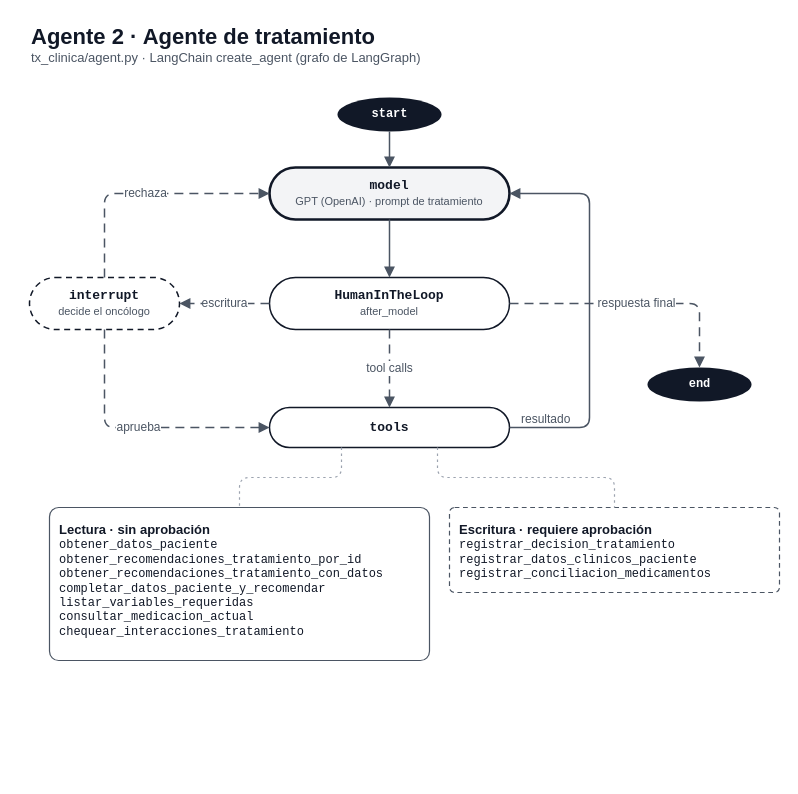
This is docs/diagramas/agente_2_tratamiento.drawio from Paulina0209/Proyecto_4, a draw.io file, before an edit. Source tidied: cells renumbered, new cells numbered last; positions are measured from the earlier drawing's top-left corner, leaving out a move shared by most shapes. Both pictures are drawn from the tidied source at 100%, with x=0, y=0 at pixel (29, 17).
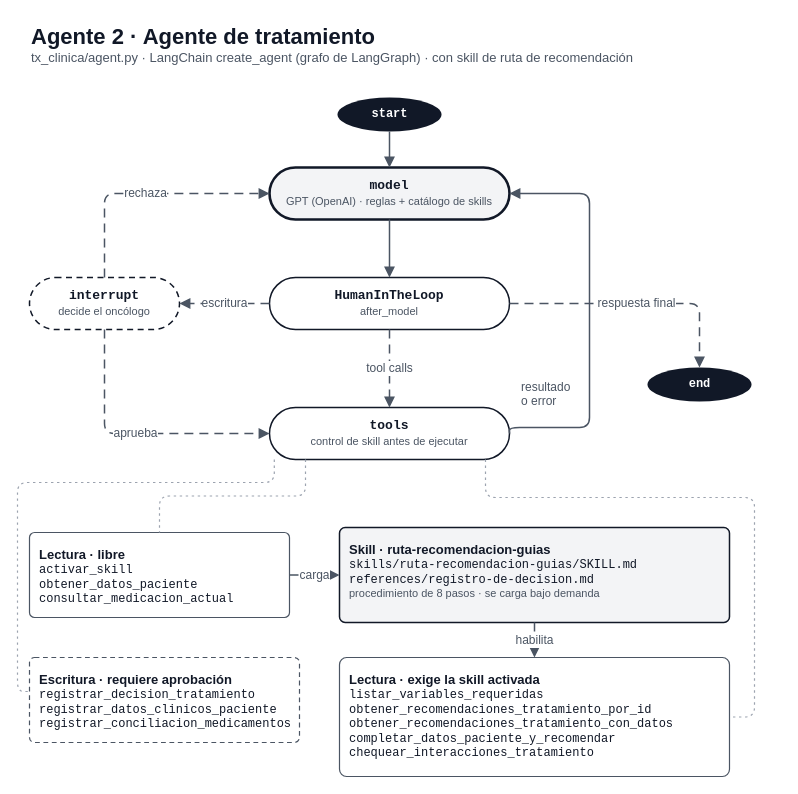
The same page after the edit.

Commit message (it also covers changes not shown here):
Diagrama del agente de tratamiento con la skill de ruta de recomendación

Agrega la skill ruta-recomendacion-guias, activar_skill y el control que exige
la skill antes de las tools de recomendación e interacciones.

Diff of the diagram source:
```diff
@@
-    <mxCell id="2" value="&lt;b style=&quot;font-size:22px&quot;&gt;Agente 2 · Agente de tratamiento&lt;/b&gt;&lt;br&gt;&lt;font style=&quot;font-size:13px&quot; color=&quot;#4B5563&quot;&gt;tx_clinica/agent.py · LangChain create_agent (grafo de LangGraph)&lt;/font&gt;" style="text;html=1;strokeColor=none;fillColor=none;align=left;verticalAlign=top;fontColor=#111827;" parent="1" vertex="1">
+    <mxCell id="2" value="&lt;b style=&quot;font-size:22px&quot;&gt;Agente 2 · Agente de tratamiento&lt;/b&gt;&lt;br&gt;&lt;font style=&quot;font-size:13px&quot; color=&quot;#4B5563&quot;&gt;tx_clinica/agent.py · LangChain create_agent (grafo de LangGraph) · con skill de ruta de recomendación&lt;/font&gt;" style="text;html=1;strokeColor=none;fillColor=none;align=left;verticalAlign=top;fontColor=#111827;" parent="1" vertex="1">
       <mxGeometry width="700" height="56" as="geometry" />
     </mxCell>
@@
-    <mxCell id="4" value="&lt;b&gt;model&lt;/b&gt;&lt;br&gt;&lt;font style=&quot;font-size:11px&quot; face=&quot;Helvetica&quot; color=&quot;#4B5563&quot;&gt;GPT (OpenAI) · prompt de tratamiento&lt;/font&gt;" style="rounded=1;arcSize=50;html=1;whiteSpace=wrap;fillColor=#F3F4F6;strokeColor=#111827;strokeWidth=2.6;fontSize=13;fontColor=#111827;fontFamily=Courier New;" parent="1" vertex="1">
+    <mxCell id="4" value="&lt;b&gt;model&lt;/b&gt;&lt;br&gt;&lt;font style=&quot;font-size:11px&quot; face=&quot;Helvetica&quot; color=&quot;#4B5563&quot;&gt;GPT (OpenAI) · reglas + catálogo de skills&lt;/font&gt;" style="rounded=1;arcSize=50;html=1;whiteSpace=wrap;fillColor=#F3F4F6;strokeColor=#111827;strokeWidth=2.6;fontSize=13;fontColor=#111827;fontFamily=Courier New;" parent="1" vertex="1">
       <mxGeometry x="240" y="150" width="240" height="52" as="geometry" />
     </mxCell>
@@
-    <mxCell id="8" value="&lt;b&gt;tools&lt;/b&gt;" style="rounded=1;arcSize=50;html=1;whiteSpace=wrap;fillColor=#FFFFFF;strokeColor=#111827;strokeWidth=1.5;fontSize=13;fontColor=#111827;fontFamily=Courier New;" parent="1" vertex="1">
-      <mxGeometry x="240" y="390" width="240" height="40" as="geometry" />
+    <mxCell id="8" value="&lt;b&gt;tools&lt;/b&gt;&lt;br&gt;&lt;font style=&quot;font-size:11px&quot; face=&quot;Helvetica&quot; color=&quot;#4B5563&quot;&gt;control de skill antes de ejecutar&lt;/font&gt;" style="rounded=1;arcSize=50;html=1;whiteSpace=wrap;fillColor=#FFFFFF;strokeColor=#111827;strokeWidth=1.5;fontSize=13;fontColor=#111827;fontFamily=Courier New;" parent="1" vertex="1">
+      <mxGeometry x="240" y="390" width="240" height="52" as="geometry" />
     </mxCell>
@@
-    <mxCell id="17" value="&lt;font color=&quot;#4B5563&quot;&gt;resultado&lt;/font&gt;" style="text;html=1;strokeColor=none;fillColor=none;align=left;fontSize=12;" parent="1" vertex="1">
-      <mxGeometry x="490" y="388" width="70" height="20" as="geometry" />
+    <mxCell id="17" value="&lt;font color=&quot;#4B5563&quot;&gt;resultado&lt;br&gt;o error&lt;/font&gt;" style="text;html=1;strokeColor=none;fillColor=none;align=left;fontSize=12;" parent="1" vertex="1">
+      <mxGeometry x="490" y="356" width="70" height="34" as="geometry" />
     </mxCell>
-    <mxCell id="18" value="&lt;b style=&quot;font-family:Helvetica;font-size:13px&quot;&gt;Lectura · sin aprobación&lt;/b&gt;&lt;br&gt;obtener_datos_paciente&lt;br&gt;obtener_recomendaciones_tratamiento_por_id&lt;br&gt;obtener_recomendaciones_tratamiento_con_datos&lt;br&gt;completar_datos_paciente_y_recomendar&lt;br&gt;listar_variables_requeridas&lt;br&gt;consultar_medicacion_actual&lt;br&gt;chequear_interacciones_tratamiento" style="rounded=1;arcSize=6;html=1;whiteSpace=wrap;fillColor=#FFFFFF;strokeColor=#4B5563;strokeWidth=1.2;align=left;verticalAlign=top;spacing=10;fontColor=#111827;fontSize=12;fontFamily=Courier New;" parent="1" vertex="1">
-      <mxGeometry x="20" y="490" width="380" height="153" as="geometry" />
-    </mxCell>
+    <mxCell id="22" value="&lt;b style=&quot;font-family:Helvetica;font-size:13px&quot;&gt;Lectura · libre&lt;/b&gt;&lt;br&gt;activar_skill&lt;br&gt;obtener_datos_paciente&lt;br&gt;consultar_medicacion_actual" style="rounded=1;arcSize=6;html=1;whiteSpace=wrap;fillColor=#FFFFFF;strokeColor=#4B5563;strokeWidth=1.2;align=left;verticalAlign=top;spacing=10;fontColor=#111827;fontSize=12;fontFamily=Courier New;" parent="1" vertex="1">
+      <mxGeometry y="515" width="260" height="85" as="geometry" />
+    </mxCell>
+    <mxCell id="23" value="&lt;b style=&quot;font-family:Helvetica;font-size:13px&quot;&gt;Lectura · exige la skill activada&lt;/b&gt;&lt;br&gt;listar_variables_requeridas&lt;br&gt;obtener_recomendaciones_tratamiento_por_id&lt;br&gt;obtener_recomendaciones_tratamiento_con_datos&lt;br&gt;completar_datos_paciente_y_recomendar&lt;br&gt;chequear_interacciones_tratamiento" style="rounded=1;arcSize=6;html=1;whiteSpace=wrap;fillColor=#FFFFFF;strokeColor=#4B5563;strokeWidth=1.2;align=left;verticalAlign=top;spacing=10;fontColor=#111827;fontSize=12;fontFamily=Courier New;" parent="1" vertex="1">
+      <mxGeometry x="310" y="640" width="390" height="119" as="geometry" />
+    </mxCell>
     <mxCell id="19" value="&lt;b style=&quot;font-family:Helvetica;font-size:13px&quot;&gt;Escritura · requiere aprobación&lt;/b&gt;&lt;br&gt;registrar_decision_tratamiento&lt;br&gt;registrar_datos_clinicos_paciente&lt;br&gt;registrar_conciliacion_medicamentos" style="rounded=1;arcSize=6;html=1;whiteSpace=wrap;fillColor=#FFFFFF;strokeColor=#4B5563;strokeWidth=1.2;align=left;verticalAlign=top;spacing=10;fontColor=#111827;fontSize=12;fontFamily=Courier New;dashed=1;dashPattern=4 3;" parent="1" vertex="1">
-      <mxGeometry x="420" y="490" width="330" height="85" as="geometry" />
+      <mxGeometry y="640" width="270" height="85" as="geometry" />
     </mxCell>
-    <mxCell id="20" style="edgeStyle=orthogonalEdgeStyle;rounded=1;html=1;strokeColor=#9CA3AF;strokeWidth=1.2;endArrow=none;dashed=1;dashPattern=2 3;exitX=0.3;exitY=1;entryX=0.5;entryY=0;" parent="1" edge="1" source="8" target="18">
-      <mxGeometry relative="1" as="geometry" />
-    </mxCell>
+    <mxCell id="24" value="&lt;b style=&quot;font-family:Helvetica;font-size:13px&quot;&gt;Skill · ruta-recomendacion-guias&lt;/b&gt;&lt;br&gt;skills/ruta-recomendacion-guias/SKILL.md&lt;br&gt;references/registro-de-decision.md&lt;br&gt;&lt;font face=&quot;Helvetica&quot; style=&quot;font-size:11px&quot; color=&quot;#4B5563&quot;&gt;procedimiento de 8 pasos · se carga bajo demanda&lt;/font&gt;" style="rounded=1;arcSize=6;html=1;whiteSpace=wrap;fillColor=#F3F4F6;strokeColor=#111827;strokeWidth=1.5;align=left;verticalAlign=top;spacing=10;fontColor=#111827;fontSize=12;fontFamily=Courier New;" parent="1" vertex="1">
+      <mxGeometry x="310" y="510" width="390" height="95" as="geometry" />
+    </mxCell>
+    <mxCell id="25" style="edgeStyle=orthogonalEdgeStyle;rounded=1;html=1;strokeColor=#9CA3AF;strokeWidth=1.2;endArrow=none;dashed=1;dashPattern=2 3;exitX=0.15;exitY=1;entryX=0.5;entryY=0;" parent="1" edge="1" source="8" target="22">
+      <mxGeometry relative="1" as="geometry" />
+    </mxCell>
+    <mxCell id="26" style="edgeStyle=orthogonalEdgeStyle;rounded=1;html=1;strokeColor=#9CA3AF;strokeWidth=1.2;endArrow=none;dashed=1;dashPattern=2 3;exitX=0.9;exitY=1;entryX=1;entryY=0.5;" parent="1" edge="1" source="8" target="23">
+      <mxGeometry relative="1" as="geometry">
+        <Array as="points">
+          <mxPoint x="456" y="480" />
+          <mxPoint x="725" y="480" />
+          <mxPoint x="725" y="699" />
+        </Array>
+      </mxGeometry>
+    </mxCell>
-    <mxCell id="21" style="edgeStyle=orthogonalEdgeStyle;rounded=1;html=1;strokeColor=#9CA3AF;strokeWidth=1.2;endArrow=none;dashed=1;dashPattern=2 3;exitX=0.7;exitY=1;entryX=0.5;entryY=0;" parent="1" edge="1" source="8" target="19">
-      <mxGeometry relative="1" as="geometry" />
+    <mxCell id="21" style="edgeStyle=orthogonalEdgeStyle;rounded=1;html=1;strokeColor=#9CA3AF;strokeWidth=1.2;endArrow=none;dashed=1;dashPattern=2 3;exitX=0.02;exitY=1;entryX=0;entryY=0.4;" parent="1" edge="1" source="8" target="19">
+      <mxGeometry relative="1" as="geometry">
+        <Array as="points">
+          <mxPoint x="245" y="465" />
+          <mxPoint x="-12" y="465" />
+          <mxPoint x="-12" y="674" />
+        </Array>
+      </mxGeometry>
     </mxCell>
+    <mxCell id="27" value="carga" style="edgeStyle=orthogonalEdgeStyle;rounded=1;html=1;strokeColor=#4B5563;strokeWidth=1.5;endArrow=block;endFill=1;endSize=7;fontSize=12;fontColor=#4B5563;labelBackgroundColor=#FFFFFF;dashed=1;dashPattern=6 4;exitX=1;exitY=0.5;entryX=0;entryY=0.5;" parent="1" edge="1" source="22" target="24">
+      <mxGeometry relative="1" as="geometry" />
+    </mxCell>
+    <mxCell id="28" value="habilita" style="edgeStyle=orthogonalEdgeStyle;rounded=1;html=1;strokeColor=#4B5563;strokeWidth=1.5;endArrow=block;endFill=1;endSize=7;fontSize=12;fontColor=#4B5563;labelBackgroundColor=#FFFFFF;dashed=1;dashPattern=6 4;exitX=0.5;exitY=1;entryX=0.5;entryY=0;" parent="1" edge="1" source="24" target="23">
+      <mxGeometry relative="1" as="geometry" />
+    </mxCell>
```
